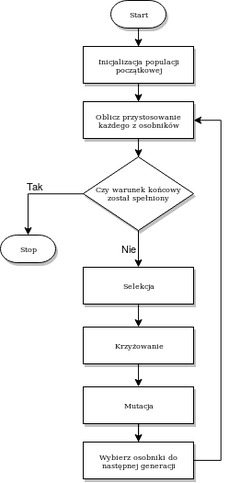
This is img/alg_ewo_szkic.png from pberezow/inz-pberezow-praca, a draw.io export, as it was before one commit. Source tidied: cells renumbered, new cells last; positions are measured from the earlier drawing's top-left corner, leaving out a move shared by most shapes. Source of this version:
```xml
<mxGraphModel background="#ffffff">
  <root>
    <mxCell id="0" />
    <mxCell id="1" parent="0" />
    <mxCell id="2" value="No" style="edgeStyle=orthogonalEdgeStyle;rounded=0;html=1;labelBackgroundColor=none;startSize=5;endArrow=classicThin;endFill=1;endSize=5;jettySize=auto;strokeWidth=1;fontFamily=Verdana;fontSize=8;" parent="1" edge="1" target="x">
      <mxGeometry x="-0.5" y="10" relative="1" as="geometry">
        <mxPoint x="170" y="240" as="sourcePoint" />
      </mxGeometry>
    </mxCell>
    <mxCell id="3" style="edgeStyle=orthogonalEdgeStyle;rounded=0;html=1;labelBackgroundColor=none;startSize=5;endArrow=classicThin;endFill=1;endSize=5;jettySize=auto;strokeWidth=1;fontFamily=Verdana;fontSize=8;" parent="1" edge="1" target="x">
      <mxGeometry relative="1" as="geometry">
        <mxPoint x="170" y="320" as="sourcePoint" />
      </mxGeometry>
    </mxCell>
    <mxCell id="4" style="edgeStyle=orthogonalEdgeStyle;rounded=0;jettySize=auto;html=1;entryX=0.5;entryY=0;entryDx=0;entryDy=0;" parent="1" edge="1" source="5" target="7">
      <mxGeometry relative="1" as="geometry" />
    </mxCell>
    <mxCell id="5" value="Inicjalizacja populacji początkowej" style="whiteSpace=wrap;html=1;rounded=0;shadow=1;labelBackgroundColor=none;strokeWidth=1;fontFamily=Verdana;fontSize=8;align=center;" parent="1" vertex="1">
      <mxGeometry x="90" y="50" width="120" height="40" as="geometry" />
    </mxCell>
    <mxCell id="6" style="edgeStyle=orthogonalEdgeStyle;rounded=0;jettySize=auto;html=1;entryX=0.5;entryY=0;entryDx=0;entryDy=0;" parent="1" edge="1" source="7" target="11">
      <mxGeometry relative="1" as="geometry" />
    </mxCell>
    <mxCell id="7" value="Oblicz przystosowanie każdego z osobników" style="whiteSpace=wrap;html=1;rounded=0;shadow=1;labelBackgroundColor=none;strokeWidth=1;fontFamily=Verdana;fontSize=8;align=center;" parent="1" vertex="1">
      <mxGeometry x="90" y="110" width="120" height="40" as="geometry" />
    </mxCell>
    <mxCell id="8" style="edgeStyle=orthogonalEdgeStyle;rounded=0;jettySize=auto;html=1;entryX=0.5;entryY=0;entryDx=0;entryDy=0;" parent="1" edge="1" source="9" target="5">
      <mxGeometry relative="1" as="geometry" />
    </mxCell>
    <mxCell id="9" value="Start" style="strokeWidth=1;html=1;shape=mxgraph.flowchart.terminator;whiteSpace=wrap;rounded=0;shadow=1;labelBackgroundColor=none;fontFamily=Verdana;fontSize=8;align=center;" parent="1" vertex="1">
      <mxGeometry x="120" width="60" height="30" as="geometry" />
    </mxCell>
    <mxCell id="10" value="Tak" style="edgeStyle=orthogonalEdgeStyle;rounded=0;jettySize=auto;html=1;entryX=0.5;entryY=0;entryDx=0;entryDy=0;entryPerimeter=0;labelPosition=center;verticalLabelPosition=top;align=center;verticalAlign=bottom;" parent="1" edge="1" source="11" target="14">
      <mxGeometry relative="1" as="geometry" />
    </mxCell>
    <mxCell id="11" value="Czy warunek końcowy został spełniony" style="rhombus;whiteSpace=wrap;html=1;rounded=0;shadow=1;labelBackgroundColor=none;strokeWidth=1;fontFamily=Verdana;fontSize=8;align=center;" parent="1" vertex="1">
      <mxGeometry x="90" y="170" width="120" height="80" as="geometry" />
    </mxCell>
    <mxCell id="12" style="edgeStyle=orthogonalEdgeStyle;rounded=0;jettySize=auto;html=1;exitX=0.5;exitY=1;exitDx=0;exitDy=0;entryX=0.5;entryY=0;entryDx=0;entryDy=0;" parent="1" edge="1" target="16">
      <mxGeometry relative="1" as="geometry">
        <mxPoint x="150.1" y="330.2" as="sourcePoint" />
      </mxGeometry>
    </mxCell>
    <mxCell id="13" value="Selekcja" style="whiteSpace=wrap;html=1;rounded=0;shadow=1;labelBackgroundColor=none;strokeWidth=1;fontFamily=Verdana;fontSize=8;align=center;" parent="1" vertex="1">
      <mxGeometry x="90" y="290" width="120" height="40" as="geometry" />
    </mxCell>
    <mxCell id="14" value="Stop" style="strokeWidth=1;html=1;shape=mxgraph.flowchart.terminator;whiteSpace=wrap;rounded=0;shadow=1;labelBackgroundColor=none;fontFamily=Verdana;fontSize=8;align=center;" parent="1" vertex="1">
      <mxGeometry y="255" width="60" height="30" as="geometry" />
    </mxCell>
    <mxCell id="15" style="edgeStyle=orthogonalEdgeStyle;rounded=0;jettySize=auto;html=1;entryX=0.5;entryY=0;entryDx=0;entryDy=0;" parent="1" edge="1" source="16" target="18">
      <mxGeometry relative="1" as="geometry" />
    </mxCell>
    <mxCell id="16" value="&lt;div&gt;Krzyżowanie&lt;/div&gt;" style="whiteSpace=wrap;html=1;rounded=0;shadow=1;labelBackgroundColor=none;strokeWidth=1;fontFamily=Verdana;fontSize=8;align=center;" parent="1" vertex="1">
      <mxGeometry x="90" y="355" width="120" height="40" as="geometry" />
    </mxCell>
    <mxCell id="17" style="edgeStyle=orthogonalEdgeStyle;rounded=0;jettySize=auto;html=1;" parent="1" edge="1" source="18" target="19">
      <mxGeometry relative="1" as="geometry" />
    </mxCell>
    <mxCell id="18" value="Mutacja" style="whiteSpace=wrap;html=1;rounded=0;shadow=1;labelBackgroundColor=none;strokeWidth=1;fontFamily=Verdana;fontSize=8;align=center;" parent="1" vertex="1">
      <mxGeometry x="90" y="420" width="120" height="40" as="geometry" />
    </mxCell>
    <mxCell id="19" value="Wybierz osobniki do następnej generacji" style="whiteSpace=wrap;html=1;rounded=0;shadow=1;labelBackgroundColor=none;strokeWidth=1;fontFamily=Verdana;fontSize=8;align=center;" parent="1" vertex="1">
      <mxGeometry x="90" y="480" width="120" height="40" as="geometry" />
    </mxCell>
    <mxCell id="20" style="edgeStyle=orthogonalEdgeStyle;rounded=0;jettySize=auto;html=1;entryX=1;entryY=0.5;entryDx=0;entryDy=0;exitX=1;exitY=0.5;exitDx=0;exitDy=0;" parent="1" edge="1" source="19" target="7">
      <mxGeometry relative="1" as="geometry">
        <Array as="points">
          <mxPoint x="240" y="500" />
          <mxPoint x="240" y="130" />
        </Array>
      </mxGeometry>
    </mxCell>
    <mxCell id="21" value="Nie" style="endArrow=classic;html=1;exitX=0.5;exitY=1;exitDx=0;exitDy=0;entryX=0.5;entryY=0;entryDx=0;entryDy=0;labelPosition=left;verticalLabelPosition=middle;align=right;verticalAlign=middle;" parent="1" edge="1">
      <mxGeometry relative="1" as="geometry">
        <mxPoint x="150" y="250" as="sourcePoint" />
        <mxPoint x="150" y="290" as="targetPoint" />
      </mxGeometry>
    </mxCell>
  </root>
</mxGraphModel>
```
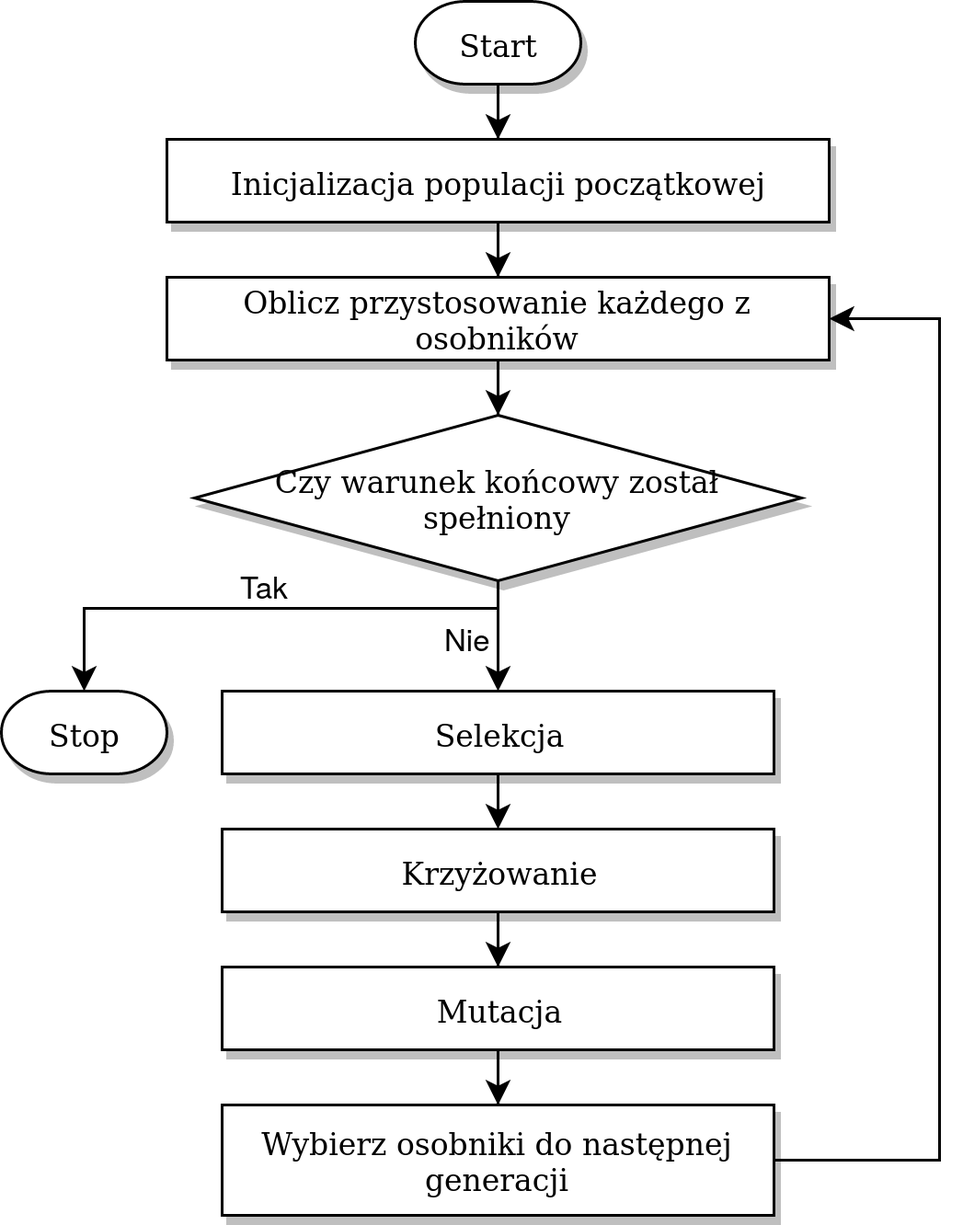
After the commit.

The edit, as a diff of the source:
```diff
@@ -2,12 +2,12 @@
   <root>
     <mxCell id="0" />
     <mxCell id="1" parent="0" />
-    <mxCell id="2" value="No" style="edgeStyle=orthogonalEdgeStyle;rounded=0;html=1;labelBackgroundColor=none;startSize=5;endArrow=classicThin;endFill=1;endSize=5;jettySize=auto;strokeWidth=1;fontFamily=Verdana;fontSize=8;" parent="1" edge="1" target="x">
+    <mxCell id="2" value="No" style="edgeStyle=orthogonalEdgeStyle;rounded=0;html=1;labelBackgroundColor=none;startSize=5;endArrow=classicThin;endFill=1;endSize=5;jettySize=auto;orthogonalLoop=1;strokeWidth=1;fontFamily=Verdana;fontSize=8;" parent="1" edge="1">
       <mxGeometry x="-0.5" y="10" relative="1" as="geometry">
         <mxPoint x="170" y="240" as="sourcePoint" />
       </mxGeometry>
     </mxCell>
-    <mxCell id="3" style="edgeStyle=orthogonalEdgeStyle;rounded=0;html=1;labelBackgroundColor=none;startSize=5;endArrow=classicThin;endFill=1;endSize=5;jettySize=auto;strokeWidth=1;fontFamily=Verdana;fontSize=8;" parent="1" edge="1" target="x">
+    <mxCell id="3" style="edgeStyle=orthogonalEdgeStyle;rounded=0;html=1;labelBackgroundColor=none;startSize=5;endArrow=classicThin;endFill=1;endSize=5;jettySize=auto;orthogonalLoop=1;strokeWidth=1;fontFamily=Verdana;fontSize=8;" parent="1" edge="1">
       <mxGeometry relative="1" as="geometry">
         <mxPoint x="170" y="320" as="sourcePoint" />
       </mxGeometry>
@@ -15,66 +15,66 @@
     <mxCell id="4" style="edgeStyle=orthogonalEdgeStyle;rounded=0;jettySize=auto;html=1;entryX=0.5;entryY=0;entryDx=0;entryDy=0;" parent="1" edge="1" source="5" target="7">
       <mxGeometry relative="1" as="geometry" />
     </mxCell>
-    <mxCell id="5" value="Inicjalizacja populacji początkowej" style="whiteSpace=wrap;html=1;rounded=0;shadow=1;labelBackgroundColor=none;strokeWidth=1;fontFamily=Verdana;fontSize=8;align=center;" parent="1" vertex="1">
-      <mxGeometry x="90" y="50" width="120" height="40" as="geometry" />
+    <mxCell id="5" value="&lt;font style=&quot;font-size: 11px&quot;&gt;Inicjalizacja populacji początkowej&lt;/font&gt;" style="whiteSpace=wrap;html=1;rounded=0;shadow=1;labelBackgroundColor=none;strokeWidth=1;fontFamily=Verdana;fontSize=8;align=center;" parent="1" vertex="1">
+      <mxGeometry x="30" y="50" width="240" height="30" as="geometry" />
     </mxCell>
     <mxCell id="6" style="edgeStyle=orthogonalEdgeStyle;rounded=0;jettySize=auto;html=1;entryX=0.5;entryY=0;entryDx=0;entryDy=0;" parent="1" edge="1" source="7" target="11">
       <mxGeometry relative="1" as="geometry" />
     </mxCell>
-    <mxCell id="7" value="Oblicz przystosowanie każdego z osobników" style="whiteSpace=wrap;html=1;rounded=0;shadow=1;labelBackgroundColor=none;strokeWidth=1;fontFamily=Verdana;fontSize=8;align=center;" parent="1" vertex="1">
-      <mxGeometry x="90" y="110" width="120" height="40" as="geometry" />
+    <mxCell id="7" value="&lt;font style=&quot;font-size: 11px&quot;&gt;Oblicz przystosowanie każdego z osobników&lt;/font&gt;" style="whiteSpace=wrap;html=1;rounded=0;shadow=1;labelBackgroundColor=none;strokeWidth=1;fontFamily=Verdana;fontSize=8;align=center;" parent="1" vertex="1">
+      <mxGeometry x="30" y="100" width="240" height="30" as="geometry" />
     </mxCell>
     <mxCell id="8" style="edgeStyle=orthogonalEdgeStyle;rounded=0;jettySize=auto;html=1;entryX=0.5;entryY=0;entryDx=0;entryDy=0;" parent="1" edge="1" source="9" target="5">
       <mxGeometry relative="1" as="geometry" />
     </mxCell>
-    <mxCell id="9" value="Start" style="strokeWidth=1;html=1;shape=mxgraph.flowchart.terminator;whiteSpace=wrap;rounded=0;shadow=1;labelBackgroundColor=none;fontFamily=Verdana;fontSize=8;align=center;" parent="1" vertex="1">
+    <mxCell id="9" value="&lt;font style=&quot;font-size: 11px&quot;&gt;Start&lt;/font&gt;" style="strokeWidth=1;html=1;shape=mxgraph.flowchart.terminator;whiteSpace=wrap;rounded=0;shadow=1;labelBackgroundColor=none;fontFamily=Verdana;fontSize=8;align=center;" parent="1" vertex="1">
       <mxGeometry x="120" width="60" height="30" as="geometry" />
     </mxCell>
-    <mxCell id="10" value="Tak" style="edgeStyle=orthogonalEdgeStyle;rounded=0;jettySize=auto;html=1;entryX=0.5;entryY=0;entryDx=0;entryDy=0;entryPerimeter=0;labelPosition=center;verticalLabelPosition=top;align=center;verticalAlign=bottom;" parent="1" edge="1" source="11" target="14">
-      <mxGeometry relative="1" as="geometry" />
+    <mxCell id="10" value="Tak" style="edgeStyle=orthogonalEdgeStyle;rounded=0;jettySize=auto;html=1;entryX=0.5;entryY=0;entryDx=0;entryDy=0;entryPerimeter=0;labelPosition=center;verticalLabelPosition=top;align=center;verticalAlign=bottom;exitX=0.5;exitY=1;exitDx=0;exitDy=0;" parent="1" edge="1" source="11" target="14">
+      <mxGeometry relative="1" as="geometry">
+        <Array as="points">
+          <mxPoint x="150" y="220" />
+          <mxPoint y="220" />
+        </Array>
+      </mxGeometry>
     </mxCell>
-    <mxCell id="11" value="Czy warunek końcowy został spełniony" style="rhombus;whiteSpace=wrap;html=1;rounded=0;shadow=1;labelBackgroundColor=none;strokeWidth=1;fontFamily=Verdana;fontSize=8;align=center;" parent="1" vertex="1">
-      <mxGeometry x="90" y="170" width="120" height="80" as="geometry" />
+    <mxCell id="11" value="&lt;font style=&quot;font-size: 11px&quot;&gt;Czy warunek końcowy został spełniony&lt;/font&gt;" style="rhombus;whiteSpace=wrap;html=1;rounded=0;shadow=1;labelBackgroundColor=none;strokeWidth=1;fontFamily=Verdana;fontSize=8;align=center;" parent="1" vertex="1">
+      <mxGeometry x="40" y="150" width="220" height="60" as="geometry" />
     </mxCell>
-    <mxCell id="12" style="edgeStyle=orthogonalEdgeStyle;rounded=0;jettySize=auto;html=1;exitX=0.5;exitY=1;exitDx=0;exitDy=0;entryX=0.5;entryY=0;entryDx=0;entryDy=0;" parent="1" edge="1" target="16">
-      <mxGeometry relative="1" as="geometry">
-        <mxPoint x="150.1" y="330.2" as="sourcePoint" />
-      </mxGeometry>
+    <mxCell id="12" style="edgeStyle=orthogonalEdgeStyle;rounded=0;jettySize=auto;html=1;exitX=0.5;exitY=1;exitDx=0;exitDy=0;entryX=0.5;entryY=0;entryDx=0;entryDy=0;" parent="1" edge="1" source="13" target="16">
+      <mxGeometry relative="1" as="geometry" />
     </mxCell>
-    <mxCell id="13" value="Selekcja" style="whiteSpace=wrap;html=1;rounded=0;shadow=1;labelBackgroundColor=none;strokeWidth=1;fontFamily=Verdana;fontSize=8;align=center;" parent="1" vertex="1">
-      <mxGeometry x="90" y="290" width="120" height="40" as="geometry" />
+    <mxCell id="13" value="&lt;font style=&quot;font-size: 11px&quot;&gt;Selekcja&lt;/font&gt;" style="whiteSpace=wrap;html=1;rounded=0;shadow=1;labelBackgroundColor=none;strokeWidth=1;fontFamily=Verdana;fontSize=8;align=center;" parent="1" vertex="1">
+      <mxGeometry x="50" y="250" width="200" height="30" as="geometry" />
     </mxCell>
-    <mxCell id="14" value="Stop" style="strokeWidth=1;html=1;shape=mxgraph.flowchart.terminator;whiteSpace=wrap;rounded=0;shadow=1;labelBackgroundColor=none;fontFamily=Verdana;fontSize=8;align=center;" parent="1" vertex="1">
-      <mxGeometry y="255" width="60" height="30" as="geometry" />
+    <mxCell id="14" value="&lt;font style=&quot;font-size: 11px&quot;&gt;Stop&lt;/font&gt;" style="strokeWidth=1;html=1;shape=mxgraph.flowchart.terminator;whiteSpace=wrap;rounded=0;shadow=1;labelBackgroundColor=none;fontFamily=Verdana;fontSize=8;align=center;" parent="1" vertex="1">
+      <mxGeometry x="-30" y="250" width="60" height="30" as="geometry" />
     </mxCell>
     <mxCell id="15" style="edgeStyle=orthogonalEdgeStyle;rounded=0;jettySize=auto;html=1;entryX=0.5;entryY=0;entryDx=0;entryDy=0;" parent="1" edge="1" source="16" target="18">
       <mxGeometry relative="1" as="geometry" />
     </mxCell>
-    <mxCell id="16" value="&lt;div&gt;Krzyżowanie&lt;/div&gt;" style="whiteSpace=wrap;html=1;rounded=0;shadow=1;labelBackgroundColor=none;strokeWidth=1;fontFamily=Verdana;fontSize=8;align=center;" parent="1" vertex="1">
-      <mxGeometry x="90" y="355" width="120" height="40" as="geometry" />
+    <mxCell id="16" value="&lt;div style=&quot;font-size: 11px&quot;&gt;&lt;font style=&quot;font-size: 11px&quot;&gt;Krzyżowanie&lt;/font&gt;&lt;/div&gt;" style="whiteSpace=wrap;html=1;rounded=0;shadow=1;labelBackgroundColor=none;strokeWidth=1;fontFamily=Verdana;fontSize=8;align=center;" parent="1" vertex="1">
+      <mxGeometry x="50" y="300" width="200" height="30" as="geometry" />
     </mxCell>
     <mxCell id="17" style="edgeStyle=orthogonalEdgeStyle;rounded=0;jettySize=auto;html=1;" parent="1" edge="1" source="18" target="19">
       <mxGeometry relative="1" as="geometry" />
     </mxCell>
-    <mxCell id="18" value="Mutacja" style="whiteSpace=wrap;html=1;rounded=0;shadow=1;labelBackgroundColor=none;strokeWidth=1;fontFamily=Verdana;fontSize=8;align=center;" parent="1" vertex="1">
-      <mxGeometry x="90" y="420" width="120" height="40" as="geometry" />
+    <mxCell id="18" value="&lt;font style=&quot;font-size: 11px&quot;&gt;Mutacja&lt;/font&gt;" style="whiteSpace=wrap;html=1;rounded=0;shadow=1;labelBackgroundColor=none;strokeWidth=1;fontFamily=Verdana;fontSize=8;align=center;" parent="1" vertex="1">
+      <mxGeometry x="50" y="350" width="200" height="30" as="geometry" />
     </mxCell>
-    <mxCell id="19" value="Wybierz osobniki do następnej generacji" style="whiteSpace=wrap;html=1;rounded=0;shadow=1;labelBackgroundColor=none;strokeWidth=1;fontFamily=Verdana;fontSize=8;align=center;" parent="1" vertex="1">
-      <mxGeometry x="90" y="480" width="120" height="40" as="geometry" />
+    <mxCell id="19" value="&lt;font style=&quot;font-size: 11px&quot;&gt;Wybierz osobniki do następnej generacji&lt;/font&gt;" style="whiteSpace=wrap;html=1;rounded=0;shadow=1;labelBackgroundColor=none;strokeWidth=1;fontFamily=Verdana;fontSize=8;align=center;" parent="1" vertex="1">
+      <mxGeometry x="50" y="400" width="200" height="40" as="geometry" />
     </mxCell>
     <mxCell id="20" style="edgeStyle=orthogonalEdgeStyle;rounded=0;jettySize=auto;html=1;entryX=1;entryY=0.5;entryDx=0;entryDy=0;exitX=1;exitY=0.5;exitDx=0;exitDy=0;" parent="1" edge="1" source="19" target="7">
       <mxGeometry relative="1" as="geometry">
         <Array as="points">
-          <mxPoint x="240" y="500" />
-          <mxPoint x="240" y="130" />
+          <mxPoint x="310" y="420" />
+          <mxPoint x="310" y="115" />
         </Array>
       </mxGeometry>
     </mxCell>
-    <mxCell id="21" value="Nie" style="endArrow=classic;html=1;exitX=0.5;exitY=1;exitDx=0;exitDy=0;entryX=0.5;entryY=0;entryDx=0;entryDy=0;labelPosition=left;verticalLabelPosition=middle;align=right;verticalAlign=middle;" parent="1" edge="1">
-      <mxGeometry relative="1" as="geometry">
-        <mxPoint x="150" y="250" as="sourcePoint" />
-        <mxPoint x="150" y="290" as="targetPoint" />
-      </mxGeometry>
+    <mxCell id="21" value="Nie" style="endArrow=classic;html=1;exitX=0.5;exitY=1;exitDx=0;exitDy=0;labelPosition=left;verticalLabelPosition=middle;align=right;verticalAlign=middle;entryX=0.5;entryY=0;entryDx=0;entryDy=0;" parent="1" edge="1" source="11" target="13">
+      <mxGeometry relative="1" as="geometry" />
     </mxCell>
   </root>
 </mxGraphModel>
```
